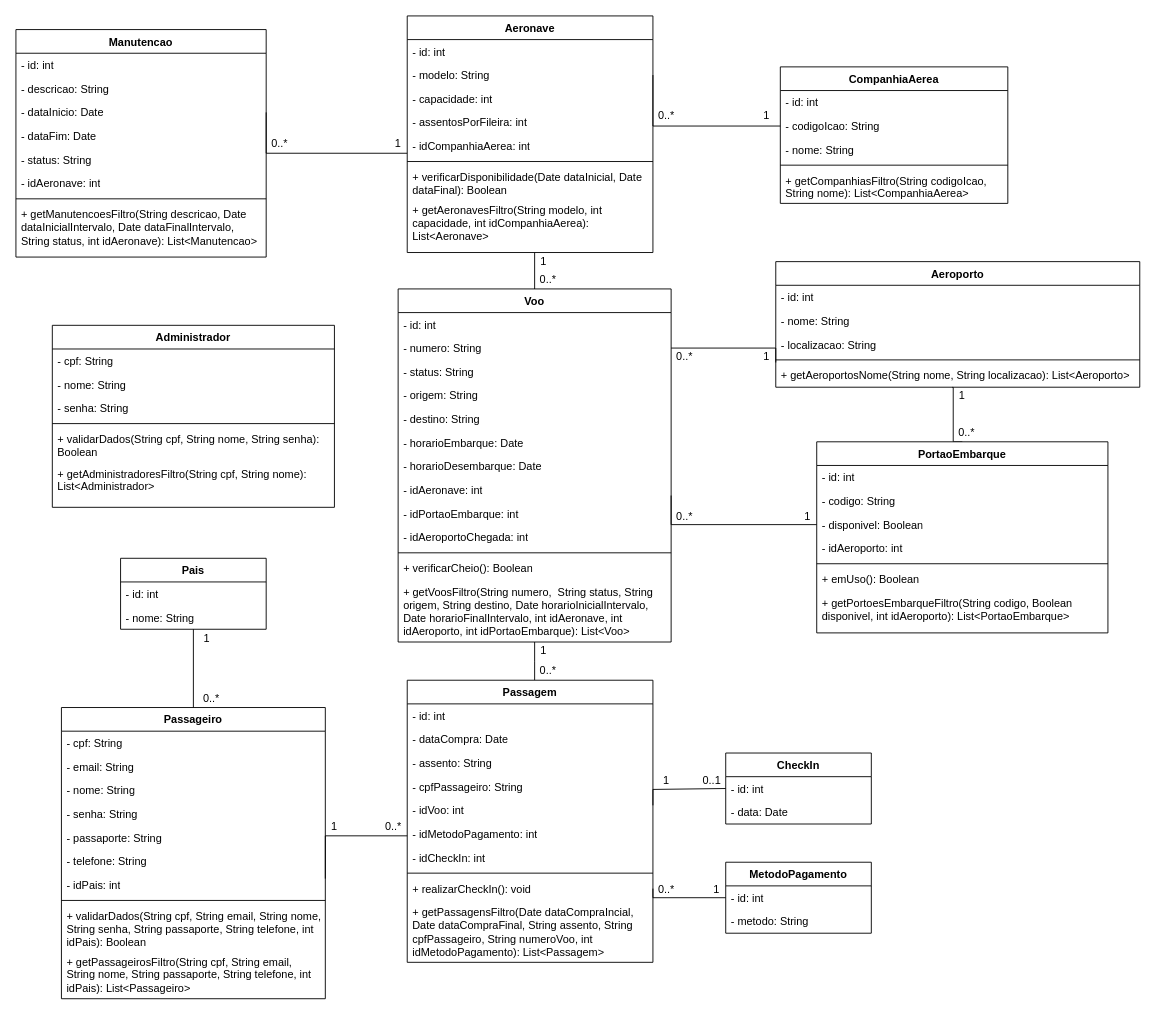
The draw.io diagram Diagramas/Eng_de_Software/Modelos/Classes.drawio in GabrielGMori/trabalho-conclus-o-ano, before the edit. Source tidied: cells renumbered, new cells numbered last; positions are measured from the earlier drawing's top-left corner, leaving out a move shared by most shapes. Both pictures are drawn from the tidied source at 91%, with x=0, y=0 at pixel (15, 15).
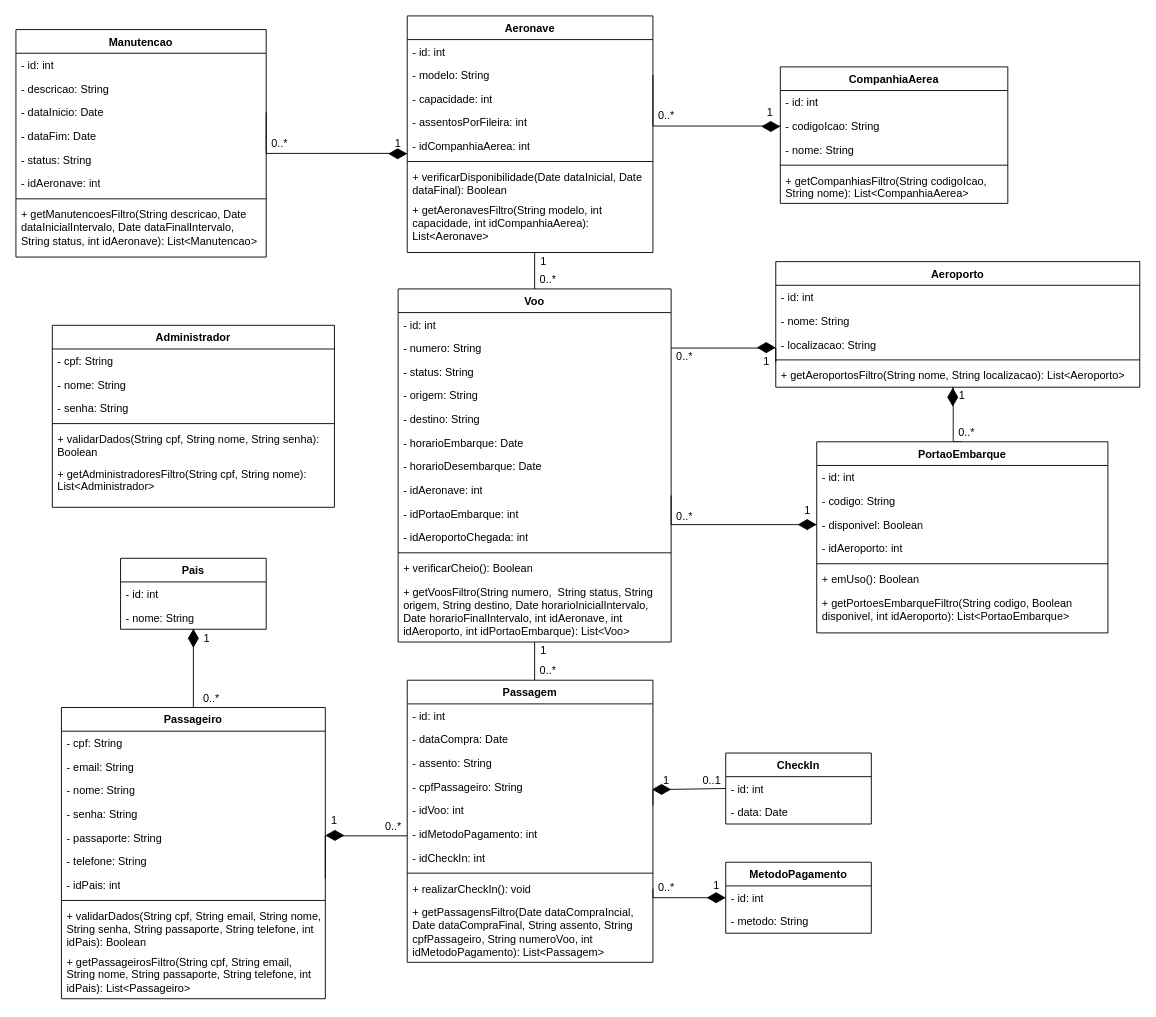
The same page after the edit.

Unchanged cells that the change refers to:
```xml
<mxCell id="5" value="- dataInicio: Date" style="text;strokeColor=none;fillColor=none;align=left;verticalAlign=top;spacingLeft=4;spacingRight=4;overflow=hidden;points=[[0,0.5],[1,0.5]];portConstraint=eastwest;whiteSpace=wrap;html=1;" parent="2" vertex="1">
  <mxGeometry y="78" width="275" height="26" as="geometry" />
</mxCell>
<mxCell id="17" value="- idCompanhiaAerea: int" style="text;strokeColor=none;fillColor=none;align=left;verticalAlign=top;spacingLeft=4;spacingRight=4;overflow=hidden;points=[[0,0.5],[1,0.5]];portConstraint=eastwest;whiteSpace=wrap;html=1;" parent="12" vertex="1">
  <mxGeometry y="130" width="270" height="26" as="geometry" />
</mxCell>
<mxCell id="52" value="Aeroporto" style="swimlane;fontStyle=1;align=center;verticalAlign=top;horizontal=1;startSize=26;whiteSpace=wrap;html=1;" parent="1" vertex="1">
  <mxGeometry x="835" y="270" width="400" height="138" as="geometry" />
</mxCell>
<mxCell id="71" value="- id: int" style="text;strokeColor=none;fillColor=none;align=left;verticalAlign=top;spacingLeft=4;spacingRight=4;overflow=hidden;points=[[0,0.5],[1,0.5]];portConstraint=eastwest;whiteSpace=wrap;html=1;" parent="70" vertex="1">
  <mxGeometry y="26" width="160" height="26" as="geometry" />
</mxCell>
<mxCell id="103" value="1" style="text;html=1;align=center;verticalAlign=middle;whiteSpace=wrap;rounded=0;" parent="1" vertex="1">
  <mxGeometry x="410" y="130" width="20" height="20" as="geometry" />
</mxCell>
```

Diff of the diagram source:
```diff
@@
-    <mxCell id="57" value="&lt;div&gt;+&amp;nbsp;&lt;font&gt;get&lt;/font&gt;Aeroporto&lt;font&gt;sNome&lt;/font&gt;(String nome, String localizacao): List&amp;lt;Aeroporto&amp;gt;&lt;/div&gt;" style="text;strokeColor=none;fillColor=none;align=left;verticalAlign=top;spacingLeft=4;spacingRight=4;overflow=hidden;points=[[0,0.5],[1,0.5]];portConstraint=eastwest;whiteSpace=wrap;html=1;" parent="52" vertex="1">
+    <mxCell id="57" value="&lt;div&gt;+&amp;nbsp;&lt;font&gt;get&lt;/font&gt;Aeroporto&lt;font&gt;sFiltro&lt;/font&gt;(String nome, String localizacao): List&amp;lt;Aeroporto&amp;gt;&lt;/div&gt;" style="text;strokeColor=none;fillColor=none;align=left;verticalAlign=top;spacingLeft=4;spacingRight=4;overflow=hidden;points=[[0,0.5],[1,0.5]];portConstraint=eastwest;whiteSpace=wrap;html=1;" parent="52" vertex="1">
       <mxGeometry y="112" width="400" height="26" as="geometry" />
     </mxCell>
-    <mxCell id="58" style="edgeStyle=orthogonalEdgeStyle;rounded=0;jettySize=auto;html=1;exitX=1;exitY=0.25;exitDx=0;exitDy=0;entryX=0;entryY=0.5;entryDx=0;entryDy=0;endArrow=none;endFill=0;" parent="1" edge="1" target="71">
+    <mxCell id="58" style="edgeStyle=orthogonalEdgeStyle;rounded=0;jettySize=auto;html=1;exitX=1;exitY=0.25;exitDx=0;exitDy=0;entryX=0;entryY=0.5;entryDx=0;entryDy=0;endArrow=none;endFill=0;startArrow=none;" parent="1" edge="1" source="132" target="71">
       <mxGeometry relative="1" as="geometry">
-        <mxPoint x="700" y="867.5" as="sourcePoint" />
         <Array as="points">
-          <mxPoint x="700" y="850" />
           <mxPoint x="780" y="850" />
         </Array>
       </mxGeometry>
     </mxCell>
@@
-    <mxCell id="97" style="edgeStyle=orthogonalEdgeStyle;rounded=0;jettySize=auto;html=1;exitX=1;exitY=0.5;exitDx=0;exitDy=0;entryX=0.995;entryY=1.046;entryDx=0;entryDy=0;endArrow=none;endFill=0;entryPerimeter=0;" parent="1" edge="1" source="5" target="103">
-      <mxGeometry relative="1" as="geometry">
-        <Array as="points">
-          <mxPoint x="430" y="151" />
-        </Array>
-      </mxGeometry>
+    <mxCell id="97" style="edgeStyle=orthogonalEdgeStyle;rounded=0;jettySize=auto;html=1;exitX=1;exitY=0.5;exitDx=0;exitDy=0;entryX=0.995;entryY=1.046;entryDx=0;entryDy=0;endArrow=none;endFill=0;entryPerimeter=0;startArrow=none;" parent="1" edge="1" source="127" target="103">
+      <mxGeometry relative="1" as="geometry" />
     </mxCell>
@@
     <mxCell id="104" value="1" style="text;html=1;align=center;verticalAlign=middle;whiteSpace=wrap;rounded=0;" parent="1" vertex="1">
-      <mxGeometry x="815" y="100" width="20" height="20" as="geometry" />
+      <mxGeometry x="819" y="96" width="20" height="20" as="geometry" />
     </mxCell>
@@
     <mxCell id="108" value="1" style="text;html=1;align=center;verticalAlign=middle;whiteSpace=wrap;rounded=0;" parent="1" vertex="1">
-      <mxGeometry x="860" y="540" width="20" height="20" as="geometry" />
+      <mxGeometry x="860" y="534" width="20" height="20" as="geometry" />
     </mxCell>
@@
     <mxCell id="116" value="1" style="text;html=1;align=center;verticalAlign=middle;whiteSpace=wrap;rounded=0;" parent="1" vertex="1">
-      <mxGeometry x="760" y="950" width="20" height="20" as="geometry" />
+      <mxGeometry x="760" y="946" width="20" height="20" as="geometry" />
     </mxCell>
     <mxCell id="117" value="0..*" style="text;html=1;align=center;verticalAlign=middle;whiteSpace=wrap;rounded=0;" parent="1" vertex="1">
-      <mxGeometry x="700" y="950" width="30" height="20" as="geometry" />
+      <mxGeometry x="700" y="948" width="30" height="20" as="geometry" />
     </mxCell>
     <mxCell id="118" value="1" style="text;html=1;align=center;verticalAlign=middle;whiteSpace=wrap;rounded=0;" parent="1" vertex="1">
-      <mxGeometry x="340" y="881" width="20" height="20" as="geometry" />
+      <mxGeometry x="340" y="875" width="20" height="20" as="geometry" />
     </mxCell>
@@
     <mxCell id="124" value="1" style="text;html=1;align=center;verticalAlign=middle;whiteSpace=wrap;rounded=0;" parent="1" vertex="1">
-      <mxGeometry x="815" y="365" width="20" height="20" as="geometry" />
+      <mxGeometry x="815" y="370" width="20" height="20" as="geometry" />
     </mxCell>
+    <mxCell id="125" style="rhombus;whiteSpace=wrap;html=1;fillColor=#000000;" parent="1" vertex="1">
+      <mxGeometry x="820" y="116" width="19" height="11" as="geometry" />
+    </mxCell>
+    <mxCell id="126" style="edgeStyle=orthogonalEdgeStyle;rounded=0;jettySize=auto;html=1;exitX=1;exitY=0.5;exitDx=0;exitDy=0;entryX=0;entryY=0.81;entryDx=0;entryDy=0;endArrow=none;endFill=0;entryPerimeter=0;" parent="1" edge="1" source="5" target="17">
+      <mxGeometry relative="1" as="geometry">
+        <Array as="points">
+          <mxPoint x="275" y="151" />
+        </Array>
+      </mxGeometry>
+    </mxCell>
+    <mxCell id="127" style="rhombus;whiteSpace=wrap;html=1;fillColor=#000000;" parent="1" vertex="1">
+      <mxGeometry x="410" y="146" width="19" height="11" as="geometry" />
+    </mxCell>
+    <mxCell id="128" style="rhombus;whiteSpace=wrap;html=1;fillColor=#000000;rotation=-90;" parent="1" vertex="1">
+      <mxGeometry x="1020" y="413.5" width="19" height="11" as="geometry" />
+    </mxCell>
+    <mxCell id="129" style="rhombus;whiteSpace=wrap;html=1;fillColor=#000000;rotation=0;" parent="1" vertex="1">
+      <mxGeometry x="815" y="359" width="19" height="11" as="geometry" />
+    </mxCell>
+    <mxCell id="130" style="rhombus;whiteSpace=wrap;html=1;fillColor=#000000;rotation=0;" parent="1" vertex="1">
+      <mxGeometry x="860" y="553.5" width="19" height="11" as="geometry" />
+    </mxCell>
+    <mxCell id="131" style="edgeStyle=orthogonalEdgeStyle;rounded=0;jettySize=auto;html=1;exitX=1;exitY=0.25;exitDx=0;exitDy=0;entryX=0;entryY=0.5;entryDx=0;entryDy=0;endArrow=none;endFill=0;" parent="1" edge="1" target="132">
+      <mxGeometry relative="1" as="geometry">
+        <mxPoint x="700" y="867.5" as="sourcePoint" />
+        <Array as="points">
+          <mxPoint x="700" y="850" />
+        </Array>
+      </mxGeometry>
+    </mxCell>
+    <mxCell id="132" style="rhombus;whiteSpace=wrap;html=1;fillColor=#000000;rotation=0;" parent="1" vertex="1">
+      <mxGeometry x="700" y="844.5" width="19" height="11" as="geometry" />
+    </mxCell>
+    <mxCell id="133" style="rhombus;whiteSpace=wrap;html=1;fillColor=#000000;rotation=0;" parent="1" vertex="1">
+      <mxGeometry x="760" y="963.5" width="19" height="11" as="geometry" />
+    </mxCell>
+    <mxCell id="134" style="rhombus;whiteSpace=wrap;html=1;fillColor=#000000;rotation=0;" parent="1" vertex="1">
+      <mxGeometry x="341" y="895" width="19" height="11" as="geometry" />
+    </mxCell>
+    <mxCell id="135" style="rhombus;whiteSpace=wrap;html=1;fillColor=#000000;rotation=-90;" parent="1" vertex="1">
+      <mxGeometry x="185.5" y="678.5" width="19" height="11" as="geometry" />
+    </mxCell>
```
